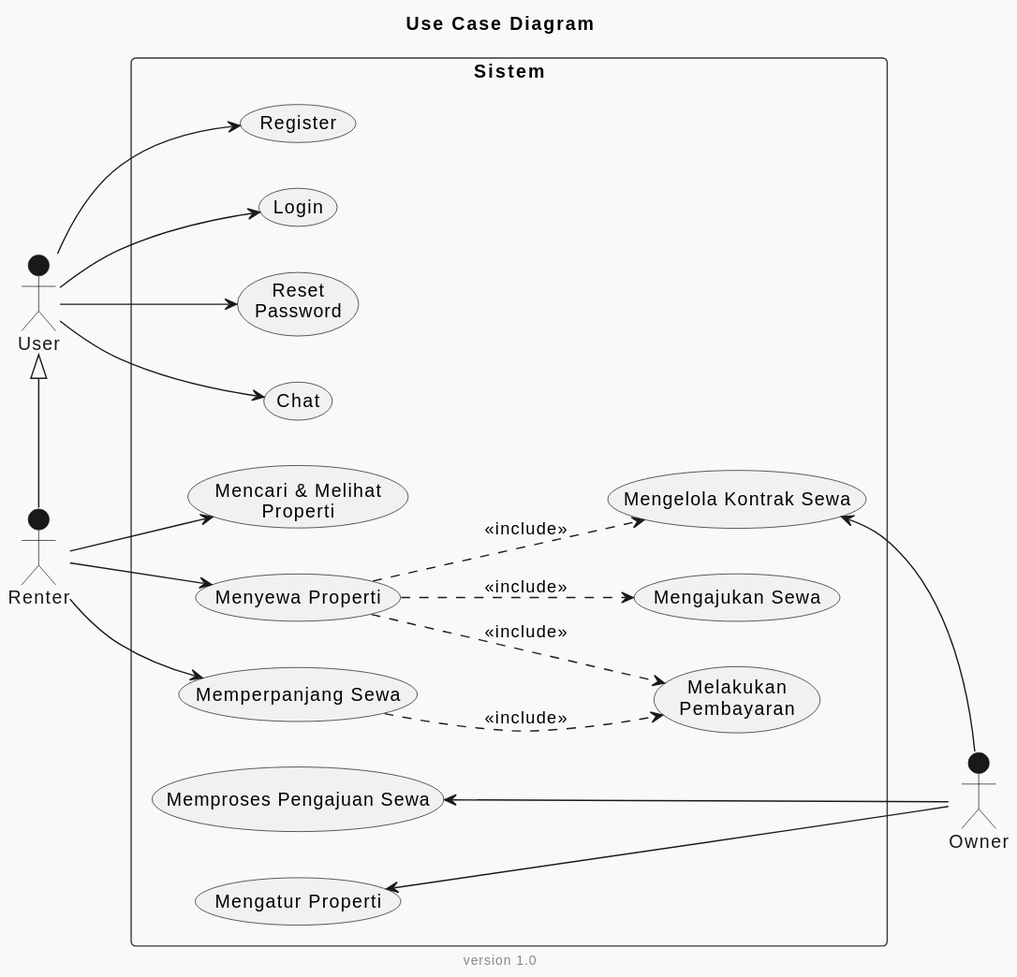
Earlier version of the PlantUML export out/use-case/(UCD-01) House Rental System.svg (Ago-oyu/HouseRental-Diagram). Source of this version:
```plantuml
@startuml
!theme mars
left to right direction
title Use Case Diagram
footer version 1.0


actor Renter
actor User
actor Owner
User <|- Renter

rectangle Sistem {
    usecase (Register) as register
    usecase (Login) as login
    usecase (Reset\nPassword) as resetPassword
    usecase (Mencari & Melihat\nProperti) as cariLihatProperti
    usecase (Menyewa Properti) as sewaProperti
    usecase (Mengatur Properti) as manageProperti
    usecase (Memperpanjang Sewa) as perpanjangSewa
    usecase (Melakukan\nPembayaran) as bayar
    usecase (Mengajukan Sewa) as mengajukanSewa
    usecase (Memproses Pengajuan Sewa) as memprosesPengajuanSewa
    usecase (Mengelola Kontrak Sewa) as mengelolaKontrak
    usecase (Chat) as chat
}

Renter --> cariLihatProperti

Renter --> sewaProperti
sewaProperti ..> bayar : <<include>>
sewaProperti ..> mengajukanSewa : <<include>>
sewaProperti ..> mengelolaKontrak : <<include>>
Renter --> perpanjangSewa
perpanjangSewa ..> bayar : <<include>>

Owner -up-> manageProperti
Owner -up-> mengelolaKontrak
Owner -up-> memprosesPengajuanSewa

User --> register
User --> login
User --> resetPassword
User --> chat




@enduml
```
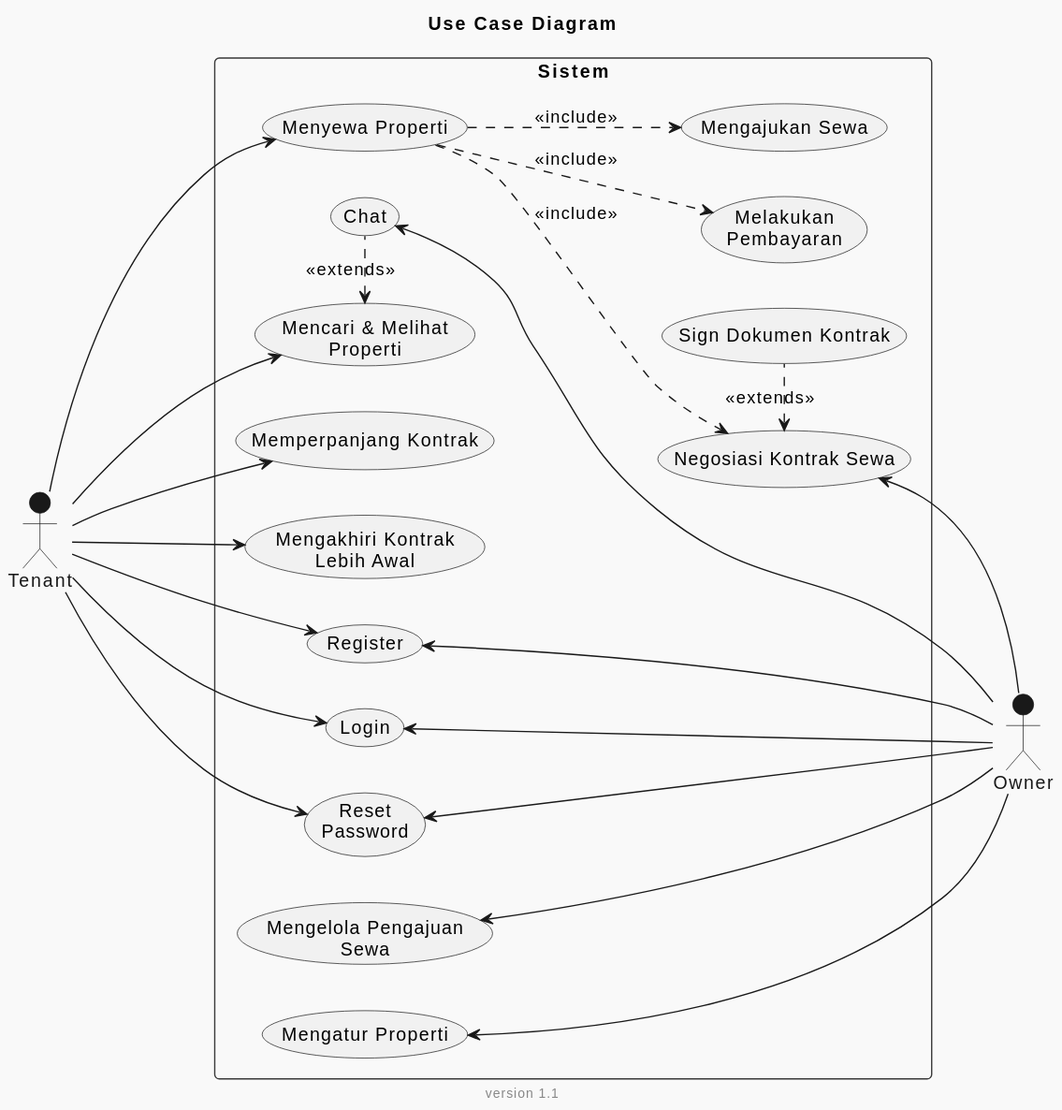
The same diagram one commit later.

Commit message:
edit usecase kontrak

What changed in the source:
```diff
@@ -2,46 +2,51 @@
 !theme mars
 left to right direction
 title Use Case Diagram
-footer version 1.0
+footer version 1.1
 
 
-actor Renter
-actor User
+actor Tenant
 actor Owner
-User <|- Renter
 
 rectangle Sistem {
     usecase (Register) as register
     usecase (Login) as login
     usecase (Reset\nPassword) as resetPassword
     usecase (Mencari & Melihat\nProperti) as cariLihatProperti
+    usecase (Mengatur Properti) as manageProperti
     usecase (Menyewa Properti) as sewaProperti
-    usecase (Mengatur Properti) as manageProperti
-    usecase (Memperpanjang Sewa) as perpanjangSewa
+    usecase (Memperpanjang Kontrak) as perpanjangKontrak
     usecase (Melakukan\nPembayaran) as bayar
     usecase (Mengajukan Sewa) as mengajukanSewa
-    usecase (Memproses Pengajuan Sewa) as memprosesPengajuanSewa
-    usecase (Mengelola Kontrak Sewa) as mengelolaKontrak
+    usecase (Mengelola Pengajuan\nSewa) as kelolaPengajuanSewa
+    usecase (Negosiasi Kontrak Sewa) as negoisasiKontrak
     usecase (Chat) as chat
+    usecase (Mengakhiri Kontrak\nLebih Awal) as akhiriKontrak
+    usecase (Sign Dokumen Kontrak) as signDokumenKontrak
 }
 
-Renter --> cariLihatProperti
+Tenant ---> cariLihatProperti
+cariLihatProperti <. chat : <<extends>>
 
-Renter --> sewaProperti
+Tenant -> sewaProperti
 sewaProperti ..> bayar : <<include>>
 sewaProperti ..> mengajukanSewa : <<include>>
-sewaProperti ..> mengelolaKontrak : <<include>>
-Renter --> perpanjangSewa
-perpanjangSewa ..> bayar : <<include>>
+sewaProperti ..> negoisasiKontrak : <<include>>
+negoisasiKontrak <. signDokumenKontrak : <<extends>>
+Tenant -> perpanjangKontrak
+Tenant -> akhiriKontrak
 
 Owner -up-> manageProperti
-Owner -up-> mengelolaKontrak
-Owner -up-> memprosesPengajuanSewa
+Owner -up-> negoisasiKontrak
+Owner -up-> kelolaPengajuanSewa
 
-User --> register
-User --> login
-User --> resetPassword
-User --> chat
+Tenant -> register
+Owner -up-> register
+Tenant -> login
+Owner -up-> login
+Tenant -> resetPassword
+Owner -up-> resetPassword
+Owner -up-> chat
 
 
 
```
